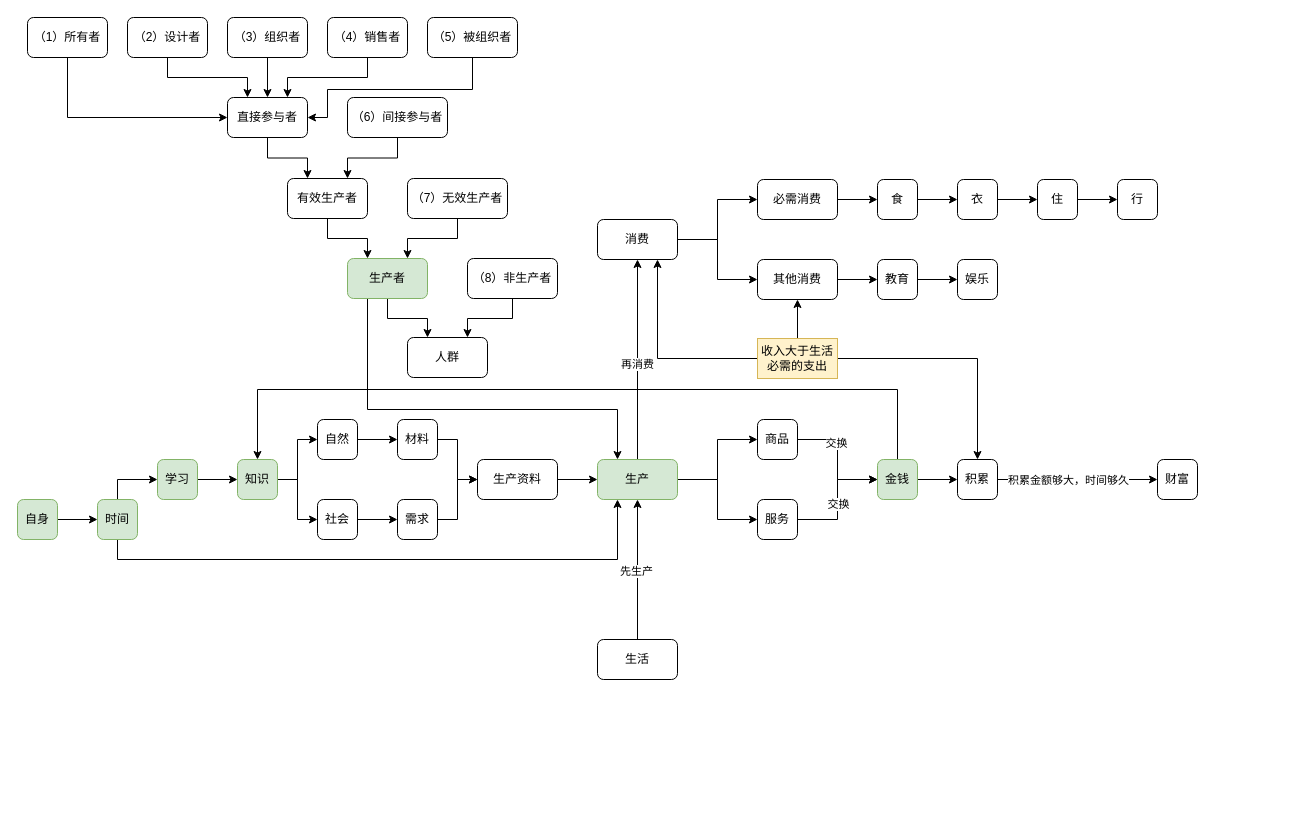
This is 财富的真相.drawio from yanhanfrontend/draw.io.workspace, a draw.io file, before an edit. Source tidied: cells renumbered, new cells numbered last; positions are measured from the earlier drawing's top-left corner, leaving out a move shared by most shapes. Both pictures are drawn from the tidied source at 100%, with x=0, y=0 at pixel (17, 17).
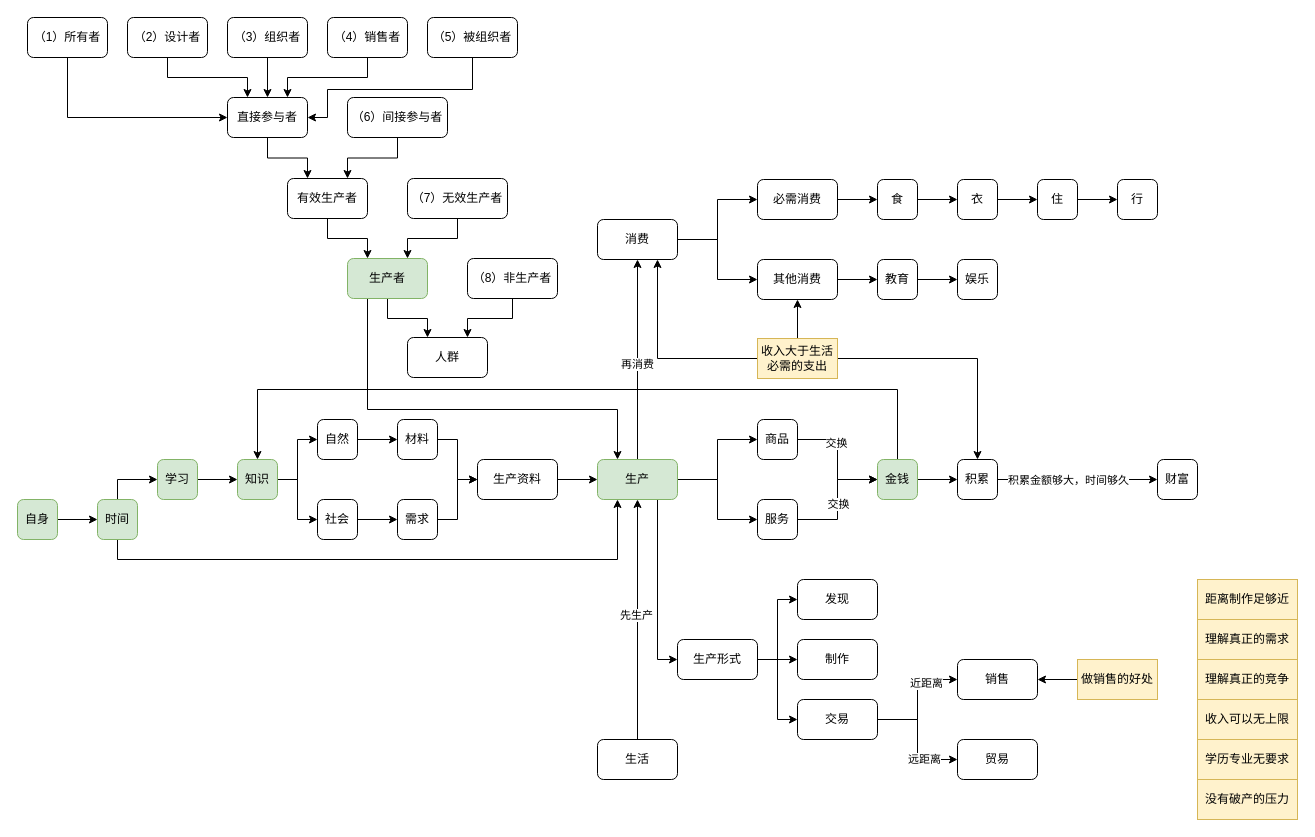
The same diagram, later.

Commit message:
更新财富的真相.drawio

Unchanged cells that the change refers to:
```xml
<mxCell id="9" value="生产" style="rounded=1;whiteSpace=wrap;html=1;fillColor=#d5e8d4;strokeColor=#82b366;" parent="1" vertex="1">
  <mxGeometry x="580" y="442" width="80" height="40" as="geometry" />
</mxCell>
```

The edit, as a diff of the source:
```diff
@@
     <mxCell id="4" value="生活" style="rounded=1;whiteSpace=wrap;html=1;" parent="1" vertex="1">
-      <mxGeometry x="580" y="622" width="80" height="40" as="geometry" />
+      <mxGeometry x="580" y="722" width="80" height="40" as="geometry" />
     </mxCell>
@@
+    <mxCell id="88" style="edgeStyle=orthogonalEdgeStyle;rounded=0;jettySize=auto;html=1;exitX=0.75;exitY=1;exitDx=0;exitDy=0;entryX=0;entryY=0.5;entryDx=0;entryDy=0;" parent="1" edge="1" source="9" target="92">
+      <mxGeometry relative="1" as="geometry" />
+    </mxCell>
@@
+    <mxCell id="89" style="edgeStyle=orthogonalEdgeStyle;rounded=0;jettySize=auto;html=1;exitX=1;exitY=0.5;exitDx=0;exitDy=0;entryX=0;entryY=0.5;entryDx=0;entryDy=0;" parent="1" edge="1" source="92" target="93">
+      <mxGeometry relative="1" as="geometry" />
+    </mxCell>
+    <mxCell id="90" style="edgeStyle=orthogonalEdgeStyle;rounded=0;jettySize=auto;html=1;exitX=1;exitY=0.5;exitDx=0;exitDy=0;entryX=0;entryY=0.5;entryDx=0;entryDy=0;" parent="1" edge="1" source="92" target="94">
+      <mxGeometry relative="1" as="geometry" />
+    </mxCell>
+    <mxCell id="91" style="edgeStyle=orthogonalEdgeStyle;rounded=0;jettySize=auto;html=1;exitX=1;exitY=0.5;exitDx=0;exitDy=0;entryX=0;entryY=0.5;entryDx=0;entryDy=0;" parent="1" edge="1" source="92" target="99">
+      <mxGeometry relative="1" as="geometry" />
+    </mxCell>
+    <mxCell id="92" value="生产形式" style="rounded=1;whiteSpace=wrap;html=1;" parent="1" vertex="1">
+      <mxGeometry x="660" y="622" width="80" height="40" as="geometry" />
+    </mxCell>
+    <mxCell id="93" value="发现" style="rounded=1;whiteSpace=wrap;html=1;" parent="1" vertex="1">
+      <mxGeometry x="780" y="562" width="80" height="40" as="geometry" />
+    </mxCell>
+    <mxCell id="94" value="制作" style="rounded=1;whiteSpace=wrap;html=1;" parent="1" vertex="1">
+      <mxGeometry x="780" y="622" width="80" height="40" as="geometry" />
+    </mxCell>
+    <mxCell id="95" style="edgeStyle=orthogonalEdgeStyle;rounded=0;jettySize=auto;html=1;exitX=1;exitY=0.5;exitDx=0;exitDy=0;entryX=0;entryY=0.5;entryDx=0;entryDy=0;" parent="1" edge="1" source="99" target="100">
+      <mxGeometry relative="1" as="geometry" />
+    </mxCell>
+    <mxCell id="96" value="近距离" style="edgeLabel;html=1;align=center;verticalAlign=middle;" parent="95" vertex="1">
+      <mxGeometry x="0.46" y="-3" relative="1" as="geometry" />
+    </mxCell>
+    <mxCell id="97" style="edgeStyle=orthogonalEdgeStyle;rounded=0;jettySize=auto;html=1;exitX=1;exitY=0.5;exitDx=0;exitDy=0;entryX=0;entryY=0.5;entryDx=0;entryDy=0;" parent="1" edge="1" source="99" target="101">
+      <mxGeometry relative="1" as="geometry" />
+    </mxCell>
+    <mxCell id="98" value="远距离" style="edgeLabel;html=1;align=center;verticalAlign=middle;" parent="97" vertex="1">
+      <mxGeometry x="0.43" y="1" relative="1" as="geometry" />
+    </mxCell>
+    <mxCell id="99" value="交易" style="rounded=1;whiteSpace=wrap;html=1;" parent="1" vertex="1">
+      <mxGeometry x="780" y="682" width="80" height="40" as="geometry" />
+    </mxCell>
+    <mxCell id="100" value="销售" style="rounded=1;whiteSpace=wrap;html=1;" parent="1" vertex="1">
+      <mxGeometry x="940" y="642" width="80" height="40" as="geometry" />
+    </mxCell>
+    <mxCell id="101" value="贸易" style="rounded=1;whiteSpace=wrap;html=1;" parent="1" vertex="1">
+      <mxGeometry x="940" y="722" width="80" height="40" as="geometry" />
+    </mxCell>
+    <mxCell id="102" style="edgeStyle=orthogonalEdgeStyle;rounded=0;jettySize=auto;html=1;exitX=0;exitY=0.5;exitDx=0;exitDy=0;entryX=1;entryY=0.5;entryDx=0;entryDy=0;" parent="1" edge="1" source="103" target="100">
+      <mxGeometry relative="1" as="geometry" />
+    </mxCell>
+    <mxCell id="103" value="做销售的好处" style="text;html=1;align=center;verticalAlign=middle;whiteSpace=wrap;rounded=0;fillColor=#fff2cc;strokeColor=#d6b656;" parent="1" vertex="1">
+      <mxGeometry x="1060" y="642" width="80" height="40" as="geometry" />
+    </mxCell>
+    <mxCell id="104" value="距离制作足够近" style="text;html=1;align=center;verticalAlign=middle;whiteSpace=wrap;rounded=0;fillColor=#fff2cc;strokeColor=#d6b656;" parent="1" vertex="1">
+      <mxGeometry x="1180" y="562" width="100" height="40" as="geometry" />
+    </mxCell>
+    <mxCell id="105" value="理解真正的需求" style="text;html=1;align=center;verticalAlign=middle;whiteSpace=wrap;rounded=0;fillColor=#fff2cc;strokeColor=#d6b656;" parent="1" vertex="1">
+      <mxGeometry x="1180" y="602" width="100" height="40" as="geometry" />
+    </mxCell>
+    <mxCell id="106" value="理解真正的竞争" style="text;html=1;align=center;verticalAlign=middle;whiteSpace=wrap;rounded=0;fillColor=#fff2cc;strokeColor=#d6b656;" parent="1" vertex="1">
+      <mxGeometry x="1180" y="642" width="100" height="40" as="geometry" />
+    </mxCell>
+    <mxCell id="107" value="收入可以无上限" style="text;html=1;align=center;verticalAlign=middle;whiteSpace=wrap;rounded=0;fillColor=#fff2cc;strokeColor=#d6b656;" parent="1" vertex="1">
+      <mxGeometry x="1180" y="682" width="100" height="40" as="geometry" />
+    </mxCell>
+    <mxCell id="108" value="学历专业无要求" style="text;html=1;align=center;verticalAlign=middle;whiteSpace=wrap;rounded=0;fillColor=#fff2cc;strokeColor=#d6b656;" parent="1" vertex="1">
+      <mxGeometry x="1180" y="722" width="100" height="40" as="geometry" />
+    </mxCell>
+    <mxCell id="109" value="没有破产的压力" style="text;html=1;align=center;verticalAlign=middle;whiteSpace=wrap;rounded=0;fillColor=#fff2cc;strokeColor=#d6b656;" parent="1" vertex="1">
+      <mxGeometry x="1180" y="762" width="100" height="40" as="geometry" />
+    </mxCell>
```
